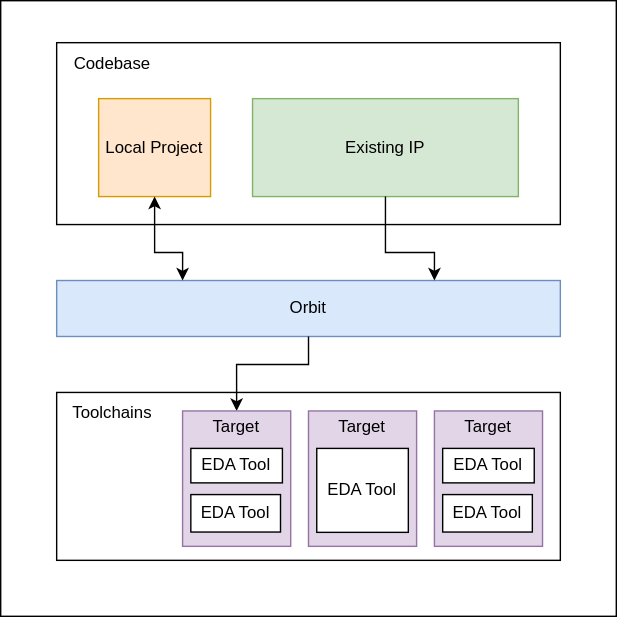
This is docs/src/images/abstraction.svg from ujichase/orbit, a draw.io export, as it was before one commit. Source tidied: cells renumbered, new cells last; positions are measured from the earlier drawing's top-left corner, leaving out a move shared by most shapes.
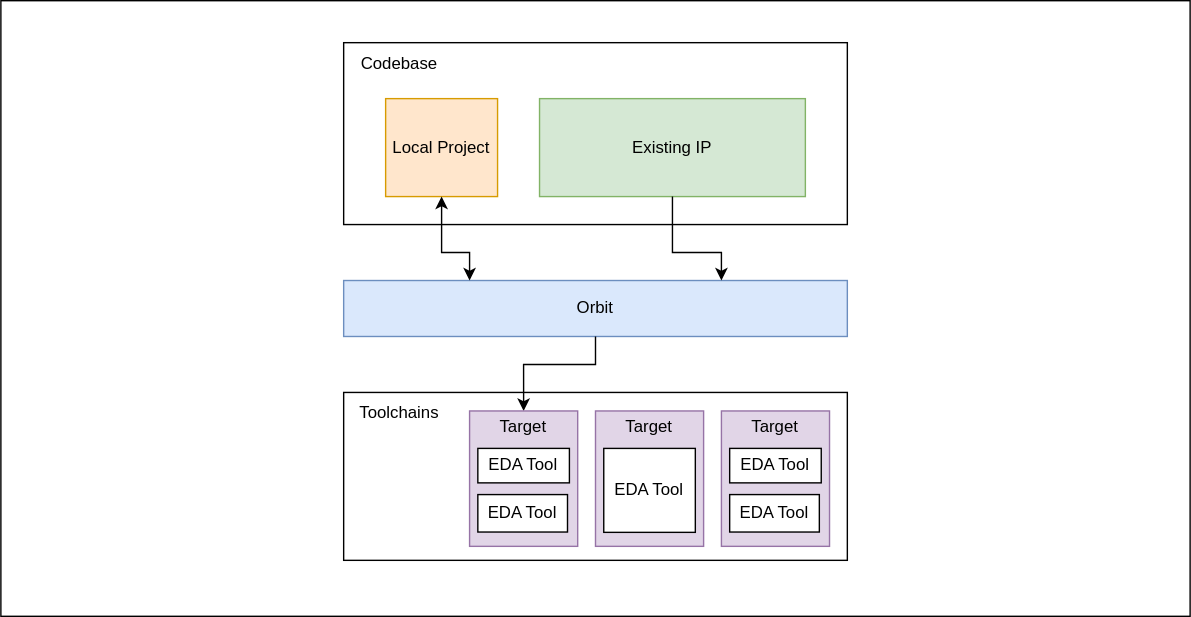
After the commit.

Commit message:
Adjusts diagram placement

Change to the diagram source:
```diff
@@ -2,9 +2,9 @@
   <root>
     <mxCell id="0" />
     <mxCell id="1" parent="0" />
-    <mxCell id="2" style="rounded=0;whiteSpace=wrap;html=1;" parent="1" vertex="1">
-      <mxGeometry width="440" height="440" as="geometry" />
-    </mxCell>
+    <mxCell id="27" style="rounded=0;whiteSpace=wrap;html=1;fontSize=12;" parent="1" vertex="1">
+      <mxGeometry x="-205" width="850" height="440" as="geometry" />
+    </mxCell>
     <mxCell id="3" style="rounded=0;whiteSpace=wrap;html=1;" parent="1" vertex="1">
       <mxGeometry x="40" y="280" width="360" height="120" as="geometry" />
     </mxCell>
```
